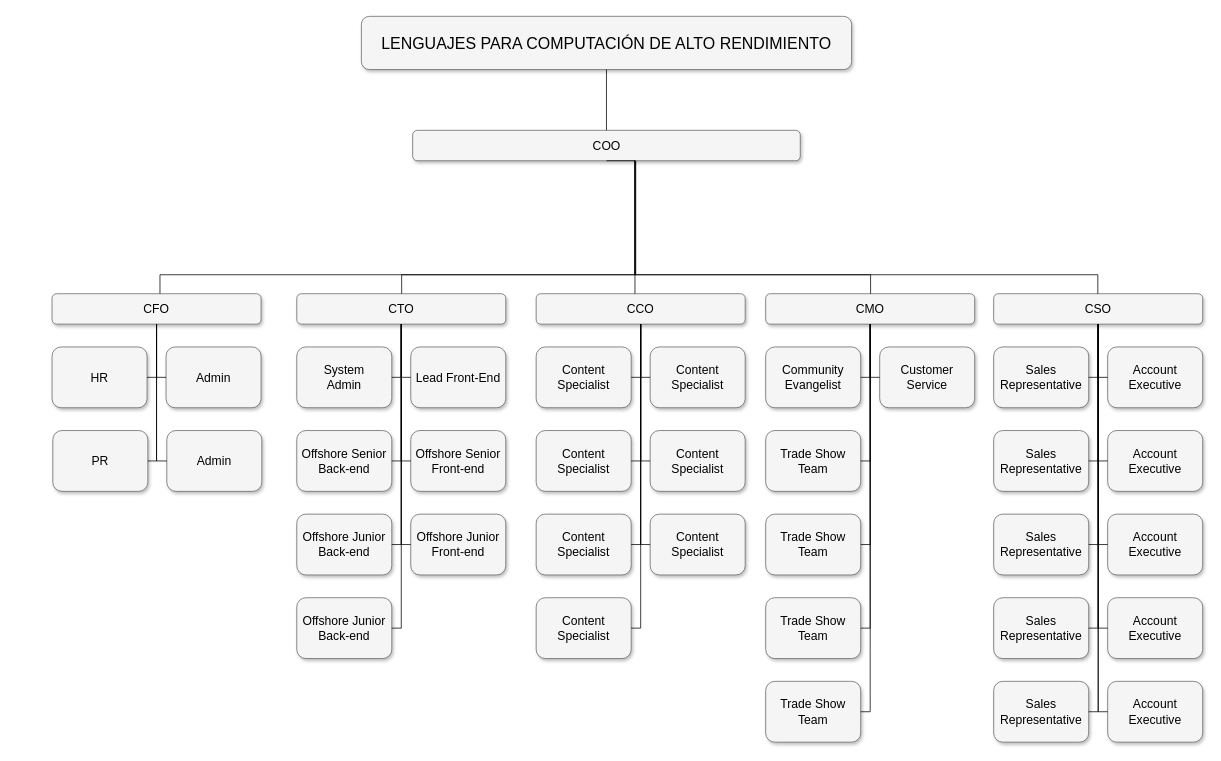
Brayan-Juma/Explorer keeps this draw.io diagram as Diagrama sin título.drawio. Above is the earlier version. Source tidied: cells renumbered, new cells numbered last; positions are measured from the earlier drawing's top-left corner, leaving out a move shared by most shapes. Both pictures are drawn from the tidied source at 76%, with x=0, y=0 at pixel (52, 16).
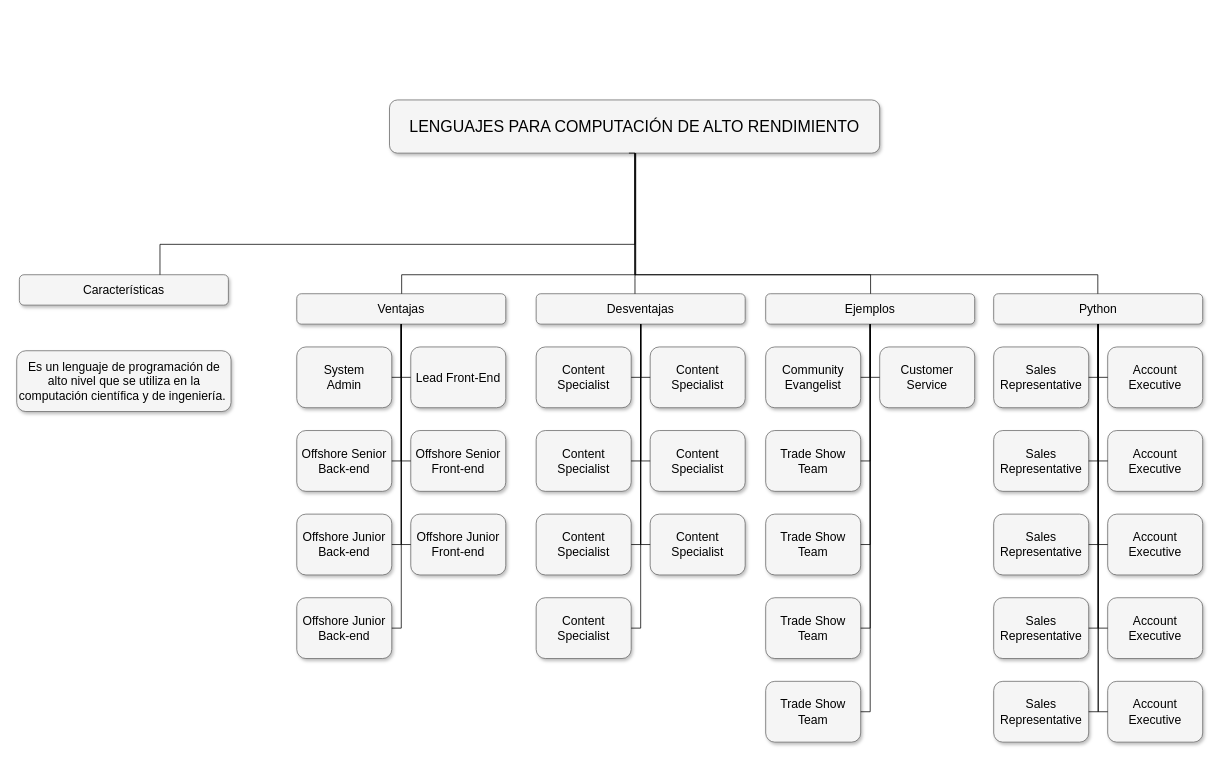
After the change.

Change to the diagram source:
```diff
@@
     <mxCell id="2" value="&lt;font style=&quot;font-size: 21px;&quot;&gt;LENGUAJES PARA COMPUTACIÓN DE ALTO RENDIMIENTO&lt;/font&gt;" style="whiteSpace=wrap;html=1;rounded=1;shadow=1;strokeWidth=1;fontSize=16;align=center;fillColor=#f5f5f5;strokeColor=#666666;" parent="1" vertex="1">
-      <mxGeometry x="407" width="645" height="70" as="geometry" />
+      <mxGeometry x="444" y="110" width="645" height="70" as="geometry" />
     </mxCell>
-    <mxCell id="3" value="COO" style="whiteSpace=wrap;html=1;rounded=1;shadow=1;strokeWidth=1;fontSize=16;align=center;fillColor=#f5f5f5;strokeColor=#666666;" parent="1" vertex="1">
-      <mxGeometry x="474.5" y="150" width="510" height="40" as="geometry" />
-    </mxCell>
-    <mxCell id="4" value="CTO" style="whiteSpace=wrap;html=1;rounded=1;shadow=1;strokeWidth=1;fontSize=16;align=center;fillColor=#f5f5f5;strokeColor=#666666;" parent="1" vertex="1">
+    <mxCell id="4" value="Ventajas" style="whiteSpace=wrap;html=1;rounded=1;shadow=1;strokeWidth=1;fontSize=16;align=center;fillColor=#f5f5f5;strokeColor=#666666;" parent="1" vertex="1">
       <mxGeometry x="322" y="365" width="275" height="40" as="geometry" />
     </mxCell>
-    <mxCell id="5" value="CCO" style="whiteSpace=wrap;html=1;rounded=1;shadow=1;strokeWidth=1;fontSize=16;align=center;fillColor=#f5f5f5;strokeColor=#666666;" parent="1" vertex="1">
+    <mxCell id="5" value="Desventajas" style="whiteSpace=wrap;html=1;rounded=1;shadow=1;strokeWidth=1;fontSize=16;align=center;fillColor=#f5f5f5;strokeColor=#666666;" parent="1" vertex="1">
       <mxGeometry x="637" y="365" width="275" height="40" as="geometry" />
     </mxCell>
-    <mxCell id="6" value="CFO" style="whiteSpace=wrap;html=1;rounded=1;shadow=1;strokeWidth=1;fontSize=16;align=center;fillColor=#f5f5f5;strokeColor=#666666;" parent="1" vertex="1">
-      <mxGeometry y="365" width="275" height="40" as="geometry" />
+    <mxCell id="6" value="Características" style="whiteSpace=wrap;html=1;rounded=1;shadow=1;strokeWidth=1;fontSize=16;align=center;fillColor=#f5f5f5;strokeColor=#666666;" parent="1" vertex="1">
+      <mxGeometry x="-43" y="340" width="275" height="40" as="geometry" />
     </mxCell>
-    <mxCell id="7" value="CMO" style="whiteSpace=wrap;html=1;rounded=1;shadow=1;strokeWidth=1;fontSize=16;align=center;fillColor=#f5f5f5;strokeColor=#666666;" parent="1" vertex="1">
+    <mxCell id="7" value="Ejemplos" style="whiteSpace=wrap;html=1;rounded=1;shadow=1;strokeWidth=1;fontSize=16;align=center;fillColor=#f5f5f5;strokeColor=#666666;" parent="1" vertex="1">
       <mxGeometry x="939" y="365" width="275" height="40" as="geometry" />
     </mxCell>
-    <mxCell id="8" value="CSO" style="whiteSpace=wrap;html=1;rounded=1;shadow=1;strokeWidth=1;fontSize=16;align=center;fillColor=#f5f5f5;strokeColor=#666666;" parent="1" vertex="1">
+    <mxCell id="8" value="Python" style="whiteSpace=wrap;html=1;rounded=1;shadow=1;strokeWidth=1;fontSize=16;align=center;fillColor=#f5f5f5;strokeColor=#666666;" parent="1" vertex="1">
       <mxGeometry x="1239" y="365" width="275" height="40" as="geometry" />
     </mxCell>
@@
-    <mxCell id="13" value="HR" style="whiteSpace=wrap;html=1;rounded=1;shadow=1;strokeWidth=1;fontSize=16;align=center;fillColor=#f5f5f5;strokeColor=#666666;" parent="1" vertex="1">
-      <mxGeometry y="435" width="125" height="80" as="geometry" />
-    </mxCell>
-    <mxCell id="14" value="Admin" style="whiteSpace=wrap;html=1;rounded=1;shadow=1;strokeWidth=1;fontSize=16;align=center;fillColor=#f5f5f5;strokeColor=#666666;" parent="1" vertex="1">
-      <mxGeometry x="150" y="435" width="125" height="80" as="geometry" />
+    <mxCell id="14" value="Es un lenguaje de programación de alto nivel que se utiliza en la computación científica y de ingeniería.&amp;nbsp;" style="whiteSpace=wrap;html=1;rounded=1;shadow=1;strokeWidth=1;fontSize=16;align=center;fillColor=#f5f5f5;strokeColor=#666666;" parent="1" vertex="1">
+      <mxGeometry x="-46.5" y="440" width="282" height="80" as="geometry" />
     </mxCell>
@@
-    <mxCell id="37" value="PR" style="whiteSpace=wrap;html=1;rounded=1;shadow=1;strokeWidth=1;fontSize=16;align=center;fillColor=#f5f5f5;strokeColor=#666666;" parent="1" vertex="1">
-      <mxGeometry x="1" y="545" width="125" height="80" as="geometry" />
-    </mxCell>
-    <mxCell id="38" value="Admin" style="whiteSpace=wrap;html=1;rounded=1;shadow=1;strokeWidth=1;fontSize=16;align=center;fillColor=#f5f5f5;strokeColor=#666666;" parent="1" vertex="1">
-      <mxGeometry x="151" y="545" width="125" height="80" as="geometry" />
-    </mxCell>
@@
-    <mxCell id="43" style="edgeStyle=orthogonalEdgeStyle;html=1;startSize=6;endFill=0;endSize=6;strokeWidth=1;fontSize=16;rounded=0;endArrow=none;" parent="1" edge="1" source="2" target="3">
-      <mxGeometry relative="1" as="geometry" />
-    </mxCell>
-    <mxCell id="44" style="edgeStyle=orthogonalEdgeStyle;html=1;startSize=6;endFill=0;endSize=6;strokeWidth=1;fontSize=16;rounded=0;endArrow=none;" parent="1" edge="1" source="3" target="4">
+    <mxCell id="44" style="edgeStyle=orthogonalEdgeStyle;html=1;startSize=6;endFill=0;endSize=6;strokeWidth=1;fontSize=16;rounded=0;endArrow=none;" parent="1" edge="1" target="4">
       <mxGeometry relative="1" as="geometry">
+        <mxPoint x="768" y="180" as="sourcePoint" />
         <Array as="points">
           <mxPoint x="768" y="340" />
           <mxPoint x="460" y="340" />
         </Array>
       </mxGeometry>
     </mxCell>
-    <mxCell id="45" style="edgeStyle=elbowEdgeStyle;html=1;startSize=6;endFill=0;endSize=6;strokeWidth=1;fontSize=16;rounded=0;endArrow=none;" parent="1" edge="1" source="3" target="5">
+    <mxCell id="45" style="edgeStyle=elbowEdgeStyle;html=1;startSize=6;endFill=0;endSize=6;strokeWidth=1;fontSize=16;rounded=0;endArrow=none;" parent="1" edge="1" target="5">
       <mxGeometry relative="1" as="geometry">
+        <mxPoint x="767" y="180" as="sourcePoint" />
         <Array as="points">
           <mxPoint x="767" y="345" />
         </Array>
       </mxGeometry>
     </mxCell>
-    <mxCell id="46" style="edgeStyle=orthogonalEdgeStyle;html=1;startSize=6;endFill=0;endSize=6;strokeWidth=1;fontSize=16;rounded=0;endArrow=none;exitX=0.5;exitY=1;" parent="1" edge="1" source="3" target="6">
+    <mxCell id="46" style="edgeStyle=orthogonalEdgeStyle;html=1;startSize=6;endFill=0;endSize=6;strokeWidth=1;fontSize=16;rounded=0;endArrow=none;exitX=0.5;exitY=1;" parent="1" edge="1" target="6">
       <mxGeometry relative="1" as="geometry">
+        <mxPoint x="759" y="180" as="sourcePoint" />
         <Array as="points">
-          <mxPoint x="767" y="340" />
-          <mxPoint x="142" y="340" />
+          <mxPoint x="767" y="180" />
+          <mxPoint x="767" y="300" />
+          <mxPoint x="142" y="300" />
         </Array>
       </mxGeometry>
     </mxCell>
-    <mxCell id="47" style="edgeStyle=orthogonalEdgeStyle;html=1;startSize=6;endFill=0;endSize=6;strokeWidth=1;fontSize=16;rounded=0;endArrow=none;" parent="1" edge="1" source="3" target="7">
+    <mxCell id="47" style="edgeStyle=orthogonalEdgeStyle;html=1;startSize=6;endFill=0;endSize=6;strokeWidth=1;fontSize=16;rounded=0;endArrow=none;" parent="1" edge="1" target="7">
       <mxGeometry relative="1" as="geometry">
+        <mxPoint x="767" y="180" as="sourcePoint" />
         <Array as="points">
           <mxPoint x="767" y="340" />
           <mxPoint x="1077" y="340" />
         </Array>
       </mxGeometry>
     </mxCell>
-    <mxCell id="48" style="edgeStyle=orthogonalEdgeStyle;html=1;startSize=6;endFill=0;endSize=6;strokeWidth=1;fontSize=16;rounded=0;endArrow=none;" parent="1" edge="1" source="3" target="8">
+    <mxCell id="48" style="edgeStyle=orthogonalEdgeStyle;html=1;startSize=6;endFill=0;endSize=6;strokeWidth=1;fontSize=16;rounded=0;endArrow=none;" parent="1" edge="1" target="8">
       <mxGeometry relative="1" as="geometry">
+        <mxPoint x="767" y="180" as="sourcePoint" />
         <Array as="points">
           <mxPoint x="767" y="340" />
           <mxPoint x="1376" y="340" />
         </Array>
       </mxGeometry>
     </mxCell>
@@
-    <mxCell id="63" style="edgeStyle=orthogonalEdgeStyle;html=1;startSize=6;endFill=0;endSize=6;strokeWidth=1;fontSize=16;rounded=0;endArrow=none;entryX=1;entryY=0.5;" parent="1" edge="1" source="6" target="13">
-      <mxGeometry relative="1" as="geometry">
-        <Array as="points">
-          <mxPoint x="137" y="475" />
-        </Array>
-      </mxGeometry>
-    </mxCell>
-    <mxCell id="64" style="edgeStyle=orthogonalEdgeStyle;html=1;startSize=6;endFill=0;endSize=6;strokeWidth=1;fontSize=16;rounded=0;endArrow=none;entryX=1;entryY=0.5;" parent="1" edge="1" source="6" target="37">
-      <mxGeometry relative="1" as="geometry">
-        <Array as="points">
-          <mxPoint x="137" y="585" />
-        </Array>
-      </mxGeometry>
-    </mxCell>
-    <mxCell id="65" style="edgeStyle=orthogonalEdgeStyle;html=1;startSize=6;endFill=0;endSize=6;strokeWidth=1;fontSize=16;rounded=0;endArrow=none;entryX=0;entryY=0.5;" parent="1" edge="1" source="6" target="14">
-      <mxGeometry relative="1" as="geometry">
-        <Array as="points">
-          <mxPoint x="137" y="475" />
-        </Array>
-      </mxGeometry>
-    </mxCell>
-    <mxCell id="66" style="edgeStyle=orthogonalEdgeStyle;html=1;startSize=6;endFill=0;endSize=6;strokeWidth=1;fontSize=16;rounded=0;endArrow=none;entryX=0;entryY=0.5;" parent="1" edge="1" source="6" target="38">
-      <mxGeometry relative="1" as="geometry">
-        <Array as="points">
-          <mxPoint x="137" y="585" />
-        </Array>
-      </mxGeometry>
-    </mxCell>
```
